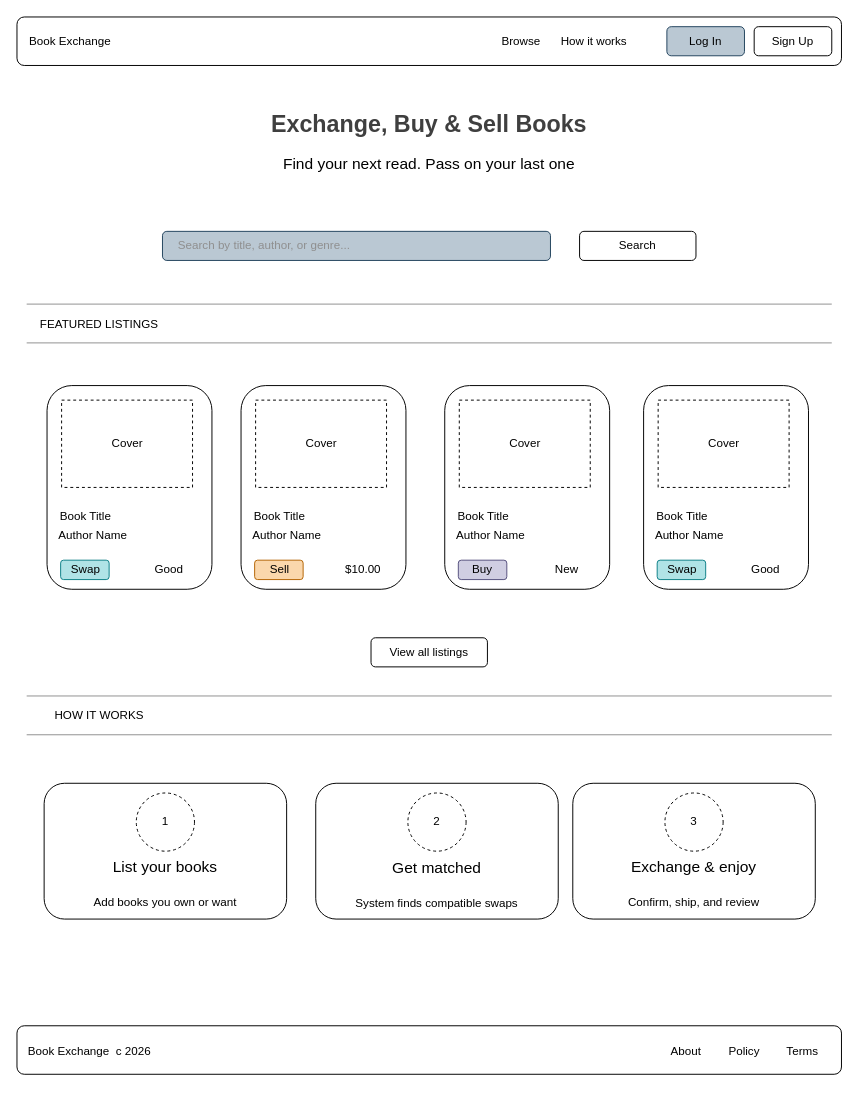
Above: docs/wireframes/home.drawio in Web-Development-UAlberta/Book-Exchange-Project (draw.io), before the change. Source tidied: cells renumbered, new cells numbered last; positions are measured from the earlier drawing's top-left corner, leaving out a move shared by most shapes. Both pictures are drawn from the tidied source at 97%, with x=0, y=0 at pixel (16, 16).
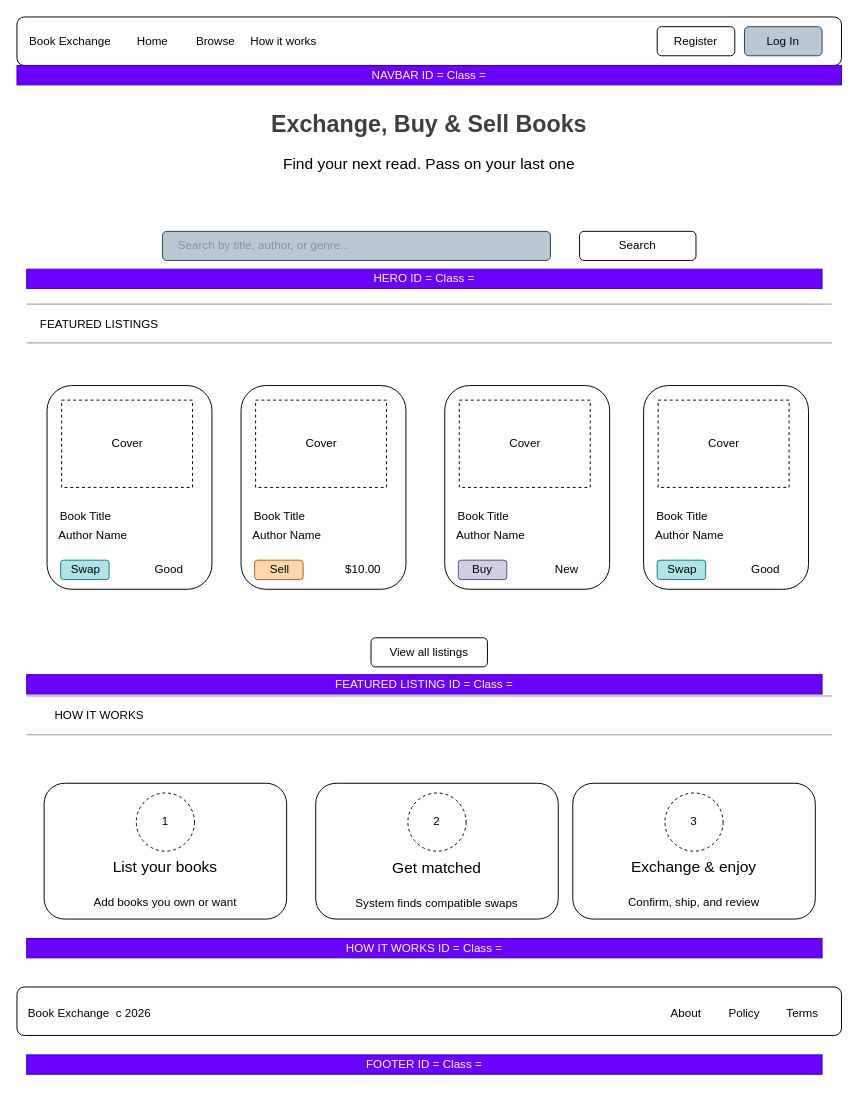
The same diagram, later.

Commit message (it also covers changes not shown here):
Dashboard wireframe.

The edit, as a diff of the source:
```diff
@@
-    <mxCell id="2" style="group;" parent="1" vertex="1">
-      <mxGeometry width="850" height="70" as="geometry" />
-    </mxCell>
-    <mxCell id="3" style="rounded=1;whiteSpace=wrap;html=1;" parent="2" vertex="1">
-      <mxGeometry width="850" height="50" as="geometry" />
-    </mxCell>
-    <mxCell id="4" value="Book Exchange" style="text;html=1;align=center;verticalAlign=middle;whiteSpace=wrap;rounded=0;" parent="2" vertex="1">
-      <mxGeometry x="10" width="90" height="50" as="geometry" />
-    </mxCell>
-    <mxCell id="5" value="Browse" style="text;html=1;align=center;verticalAlign=middle;whiteSpace=wrap;rounded=0;" parent="2" vertex="1">
-      <mxGeometry x="490" y="10" width="60" height="30" as="geometry" />
-    </mxCell>
-    <mxCell id="6" value="How it works" style="text;html=1;align=center;verticalAlign=middle;whiteSpace=wrap;rounded=0;" parent="2" vertex="1">
-      <mxGeometry x="560" y="10" width="70" height="30" as="geometry" />
-    </mxCell>
-    <mxCell id="7" value="Log In" style="rounded=1;whiteSpace=wrap;html=1;fillColor=#bac8d3;strokeColor=#23445d;" parent="2" vertex="1">
-      <mxGeometry x="670" y="10" width="80" height="30" as="geometry" />
-    </mxCell>
-    <mxCell id="8" value="Sign Up" style="rounded=1;whiteSpace=wrap;html=1;" parent="2" vertex="1">
-      <mxGeometry x="760" y="10" width="80" height="30" as="geometry" />
-    </mxCell>
@@
     <mxCell id="24" style="rounded=1;whiteSpace=wrap;html=1;" parent="1" vertex="1">
-      <mxGeometry y="1040" width="850" height="50" as="geometry" />
+      <mxGeometry y="1000" width="850" height="50" as="geometry" />
     </mxCell>
     <mxCell id="25" value="Book Exchange&amp;nbsp; c 2026" style="text;html=1;align=center;verticalAlign=middle;whiteSpace=wrap;rounded=0;" parent="1" vertex="1">
-      <mxGeometry x="10" y="1042" width="130" height="50" as="geometry" />
+      <mxGeometry x="10" y="1002" width="130" height="50" as="geometry" />
     </mxCell>
     <mxCell id="26" value="About" style="text;html=1;align=center;verticalAlign=middle;whiteSpace=wrap;rounded=0;" parent="1" vertex="1">
-      <mxGeometry x="660" y="1052" width="60" height="30" as="geometry" />
+      <mxGeometry x="660" y="1012" width="60" height="30" as="geometry" />
     </mxCell>
     <mxCell id="27" value="Policy" style="text;html=1;align=center;verticalAlign=middle;whiteSpace=wrap;rounded=0;" parent="1" vertex="1">
-      <mxGeometry x="720" y="1052" width="60" height="30" as="geometry" />
+      <mxGeometry x="720" y="1012" width="60" height="30" as="geometry" />
     </mxCell>
     <mxCell id="28" value="Terms" style="text;html=1;align=center;verticalAlign=middle;whiteSpace=wrap;rounded=0;" parent="1" vertex="1">
-      <mxGeometry x="780" y="1052" width="60" height="30" as="geometry" />
+      <mxGeometry x="780" y="1012" width="60" height="30" as="geometry" />
     </mxCell>
@@
+    <mxCell id="73" value="&amp;nbsp;HERO ID = Class =&amp;nbsp;" style="text;html=1;align=center;verticalAlign=middle;whiteSpace=wrap;rounded=0;fillColor=#6a00ff;fontColor=#ffffff;strokeColor=#3700CC;" parent="1" vertex="1">
+      <mxGeometry x="10" y="260" width="820" height="20" as="geometry" />
+    </mxCell>
+    <mxCell id="2" style="group;" parent="1" vertex="1">
+      <mxGeometry width="850" height="70" as="geometry" />
+    </mxCell>
+    <mxCell id="74" style="group;" parent="2" vertex="1">
+      <mxGeometry width="850" height="50" as="geometry" />
+    </mxCell>
+    <mxCell id="3" style="rounded=1;whiteSpace=wrap;html=1;" parent="74" vertex="1">
+      <mxGeometry width="850" height="50" as="geometry" />
+    </mxCell>
+    <mxCell id="4" value="Book Exchange" style="text;html=1;align=center;verticalAlign=middle;whiteSpace=wrap;rounded=0;" parent="74" vertex="1">
+      <mxGeometry x="10" width="90" height="50" as="geometry" />
+    </mxCell>
+    <mxCell id="5" value="Home" style="text;html=1;align=center;verticalAlign=middle;whiteSpace=wrap;rounded=0;" parent="74" vertex="1">
+      <mxGeometry x="110" y="10" width="60" height="30" as="geometry" />
+    </mxCell>
+    <mxCell id="6" value="Browse" style="text;html=1;align=center;verticalAlign=middle;whiteSpace=wrap;rounded=0;" parent="74" vertex="1">
+      <mxGeometry x="170" y="10" width="70" height="30" as="geometry" />
+    </mxCell>
+    <mxCell id="7" value="Log In" style="rounded=1;whiteSpace=wrap;html=1;fillColor=#bac8d3;strokeColor=#23445d;" parent="74" vertex="1">
+      <mxGeometry x="750" y="10" width="80" height="30" as="geometry" />
+    </mxCell>
+    <mxCell id="8" value="Register" style="rounded=1;whiteSpace=wrap;html=1;" parent="74" vertex="1">
+      <mxGeometry x="660" y="10" width="80" height="30" as="geometry" />
+    </mxCell>
+    <mxCell id="75" value="How it works" style="text;html=1;align=center;verticalAlign=middle;whiteSpace=wrap;rounded=0;" parent="74" vertex="1">
+      <mxGeometry x="240" y="10" width="70" height="30" as="geometry" />
+    </mxCell>
+    <mxCell id="76" value="&amp;nbsp;NAVBAR ID = Class =&amp;nbsp;" style="text;html=1;align=center;verticalAlign=middle;whiteSpace=wrap;rounded=0;fillColor=#6a00ff;fontColor=#ffffff;strokeColor=#3700CC;" parent="2" vertex="1">
+      <mxGeometry y="50" width="850" height="20" as="geometry" />
+    </mxCell>
+    <mxCell id="77" value="&amp;nbsp;FEATURED LISTING ID = Class =&amp;nbsp;" style="text;html=1;align=center;verticalAlign=middle;whiteSpace=wrap;rounded=0;fillColor=#6a00ff;fontColor=#ffffff;strokeColor=#3700CC;" parent="1" vertex="1">
+      <mxGeometry x="10" y="678" width="820" height="20" as="geometry" />
+    </mxCell>
+    <mxCell id="78" value="&amp;nbsp;HOW IT WORKS ID = Class =&amp;nbsp;" style="text;html=1;align=center;verticalAlign=middle;whiteSpace=wrap;rounded=0;fillColor=#6a00ff;fontColor=#ffffff;strokeColor=#3700CC;" parent="1" vertex="1">
+      <mxGeometry x="10" y="950" width="820" height="20" as="geometry" />
+    </mxCell>
+    <mxCell id="79" value="&amp;nbsp;FOOTER ID = Class =&amp;nbsp;" style="text;html=1;align=center;verticalAlign=middle;whiteSpace=wrap;rounded=0;fillColor=#6a00ff;fontColor=#ffffff;strokeColor=#3700CC;" parent="1" vertex="1">
+      <mxGeometry x="10" y="1070" width="820" height="20" as="geometry" />
+    </mxCell>
```
